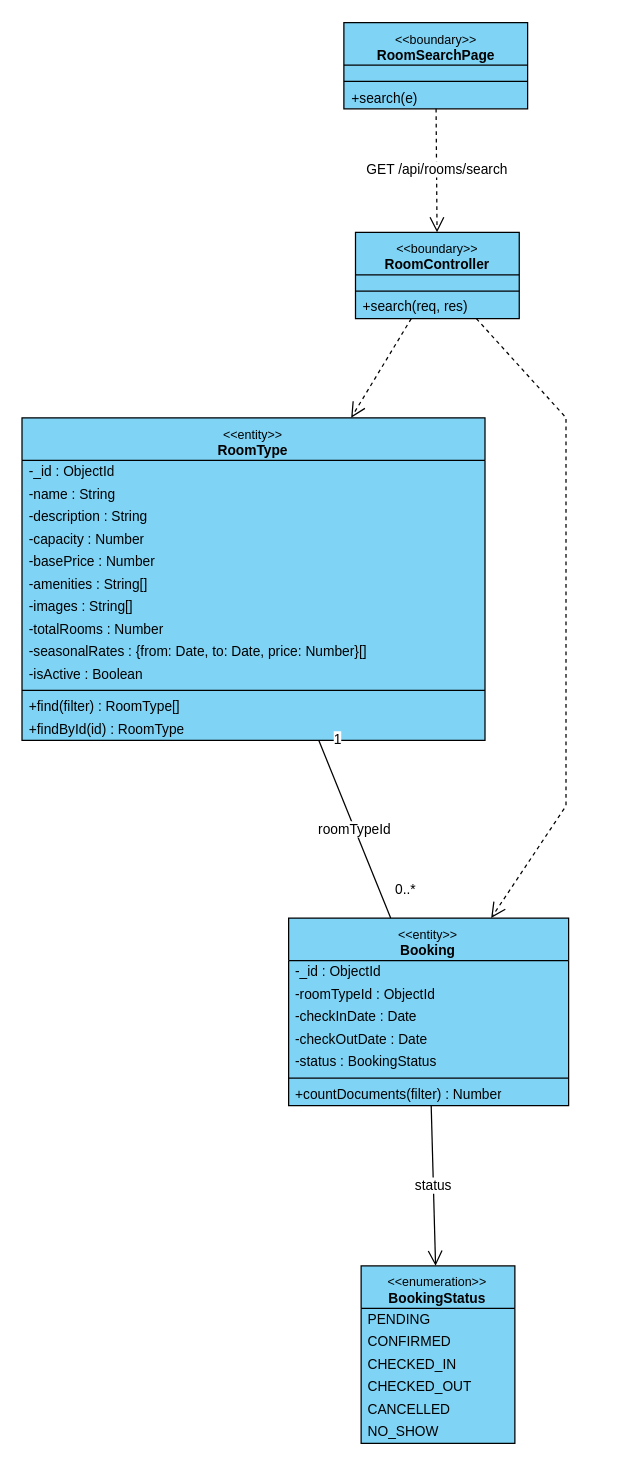
Earlier version of the draw.io diagram final/diagrams/M3_Booking-And-Customer_Diagrams/class_diagrams/CD-09_UC-G01_SearchAvailableRooms.drawio (toikobi401/SWD392). Source tidied: cells renumbered, new cells numbered last; positions are measured from the earlier drawing's top-left corner, leaving out a move shared by most shapes. Both pictures are drawn from the tidied source at 125%, with x=0, y=0 at pixel (21, 21).
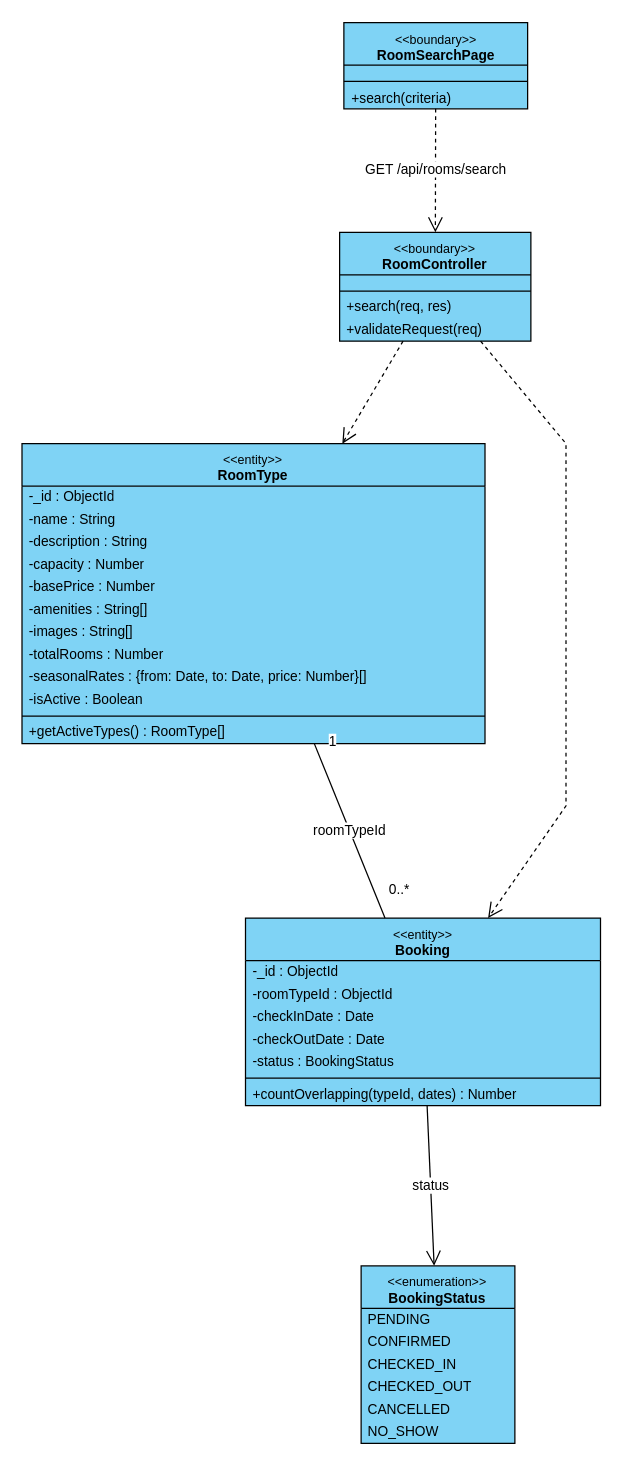
After the change.

Unchanged cells that the change refers to:
```xml
<mxCell id="2" value="&lt;font style=&quot;font-size:10px&quot;&gt;&amp;lt;&amp;lt;boundary&amp;gt;&amp;gt;&lt;/font&gt;&lt;br&gt;&lt;b&gt;RoomSearchPage&lt;/b&gt;" style="swimlane;fontStyle=0;align=center;verticalAlign=top;horizontal=1;startSize=34;html=1;whiteSpace=wrap;fontSize=11;fillColor=#7fd3f5;swimlaneFillColor=#7fd3f5;strokeColor=#000000;" parent="1" vertex="1">
  <mxGeometry x="257.6" y="0.5" width="147" height="69" as="geometry" />
</mxCell>
```

The edit, as a diff of the source:
```diff
@@
-    <mxCell id="5" value="+search(e)" style="text;strokeColor=none;fillColor=none;align=left;verticalAlign=middle;spacingLeft=4;spacingRight=4;overflow=hidden;whiteSpace=nowrap;html=1;fontSize=11;" parent="2" vertex="1">
+    <mxCell id="5" value="+search(criteria)" style="text;strokeColor=none;fillColor=none;align=left;verticalAlign=middle;spacingLeft=4;spacingRight=4;overflow=hidden;whiteSpace=nowrap;html=1;fontSize=11;" parent="2" vertex="1">
       <mxGeometry y="51" width="147" height="18" as="geometry" />
     </mxCell>
     <mxCell id="6" value="&lt;font style=&quot;font-size:10px&quot;&gt;&amp;lt;&amp;lt;boundary&amp;gt;&amp;gt;&lt;/font&gt;&lt;br&gt;&lt;b&gt;RoomController&lt;/b&gt;" style="swimlane;fontStyle=0;align=center;verticalAlign=top;horizontal=1;startSize=34;html=1;whiteSpace=wrap;fontSize=11;fillColor=#7fd3f5;swimlaneFillColor=#7fd3f5;strokeColor=#000000;" parent="1" vertex="1">
-      <mxGeometry x="266.9" y="168.4" width="131" height="69" as="geometry" />
+      <mxGeometry x="254.2" y="168.4" width="153" height="87" as="geometry" />
     </mxCell>
     <mxCell id="7" style="text;strokeColor=none;fillColor=none;html=1;" parent="6" vertex="1">
-      <mxGeometry y="34" width="131" height="9" as="geometry" />
+      <mxGeometry y="34" width="153" height="9" as="geometry" />
     </mxCell>
     <mxCell id="8" style="line;strokeWidth=1;fillColor=none;align=left;verticalAlign=middle;spacingTop=-1;spacingLeft=3;spacingRight=3;labelPosition=right;strokeColor=#000000;" parent="6" vertex="1">
-      <mxGeometry y="43" width="131" height="8" as="geometry" />
+      <mxGeometry y="43" width="153" height="8" as="geometry" />
     </mxCell>
     <mxCell id="9" value="+search(req, res)" style="text;strokeColor=none;fillColor=none;align=left;verticalAlign=middle;spacingLeft=4;spacingRight=4;overflow=hidden;whiteSpace=nowrap;html=1;fontSize=11;" parent="6" vertex="1">
-      <mxGeometry y="51" width="131" height="18" as="geometry" />
+      <mxGeometry y="51" width="153" height="18" as="geometry" />
     </mxCell>
+    <mxCell id="46" value="+validateRequest(req)" style="text;strokeColor=none;fillColor=none;align=left;verticalAlign=middle;spacingLeft=4;spacingRight=4;overflow=hidden;whiteSpace=nowrap;html=1;fontSize=11;" parent="6" vertex="1">
+      <mxGeometry y="69" width="153" height="18" as="geometry" />
+    </mxCell>
     <mxCell id="10" value="&lt;font style=&quot;font-size:10px&quot;&gt;&amp;lt;&amp;lt;entity&amp;gt;&amp;gt;&lt;/font&gt;&lt;br&gt;&lt;b&gt;RoomType&lt;/b&gt;" style="swimlane;fontStyle=0;align=center;verticalAlign=top;horizontal=1;startSize=34;html=1;whiteSpace=wrap;fontSize=11;fillColor=#7fd3f5;swimlaneFillColor=#7fd3f5;strokeColor=#000000;" parent="1" vertex="1">
-      <mxGeometry x="0.1" y="316.7" width="370.4" height="258" as="geometry" />
+      <mxGeometry x="0.1" y="337.4" width="370.4" height="240" as="geometry" />
     </mxCell>
@@
-    <mxCell id="22" value="+find(filter) : RoomType[]" style="text;strokeColor=none;fillColor=none;align=left;verticalAlign=middle;spacingLeft=4;spacingRight=4;overflow=hidden;whiteSpace=nowrap;html=1;fontSize=11;" parent="10" vertex="1">
+    <mxCell id="22" value="+getActiveTypes() : RoomType[]" style="text;strokeColor=none;fillColor=none;align=left;verticalAlign=middle;spacingLeft=4;spacingRight=4;overflow=hidden;whiteSpace=nowrap;html=1;fontSize=11;" parent="10" vertex="1">
       <mxGeometry y="222" width="370.4" height="18" as="geometry" />
     </mxCell>
-    <mxCell id="23" value="+findById(id) : RoomType" style="text;strokeColor=none;fillColor=none;align=left;verticalAlign=middle;spacingLeft=4;spacingRight=4;overflow=hidden;whiteSpace=nowrap;html=1;fontSize=11;" parent="10" vertex="1">
-      <mxGeometry y="240" width="370.4" height="18" as="geometry" />
-    </mxCell>
     <mxCell id="24" value="&lt;font style=&quot;font-size:10px&quot;&gt;&amp;lt;&amp;lt;entity&amp;gt;&amp;gt;&lt;/font&gt;&lt;br&gt;&lt;b&gt;Booking&lt;/b&gt;" style="swimlane;fontStyle=0;align=center;verticalAlign=top;horizontal=1;startSize=34;html=1;whiteSpace=wrap;fontSize=11;fillColor=#7fd3f5;swimlaneFillColor=#7fd3f5;strokeColor=#000000;" parent="1" vertex="1">
-      <mxGeometry x="213.4" y="716.9" width="224" height="150" as="geometry" />
+      <mxGeometry x="178.9" y="716.9" width="284" height="150" as="geometry" />
     </mxCell>
     <mxCell id="25" value="-_id : ObjectId" style="text;strokeColor=none;fillColor=none;align=left;verticalAlign=middle;spacingLeft=4;spacingRight=4;overflow=hidden;whiteSpace=nowrap;html=1;fontSize=11;" parent="24" vertex="1">
-      <mxGeometry y="34" width="224" height="18" as="geometry" />
+      <mxGeometry y="34" width="284" height="18" as="geometry" />
     </mxCell>
     <mxCell id="26" value="-roomTypeId : ObjectId" style="text;strokeColor=none;fillColor=none;align=left;verticalAlign=middle;spacingLeft=4;spacingRight=4;overflow=hidden;whiteSpace=nowrap;html=1;fontSize=11;" parent="24" vertex="1">
-      <mxGeometry y="52" width="224" height="18" as="geometry" />
+      <mxGeometry y="52" width="284" height="18" as="geometry" />
     </mxCell>
     <mxCell id="27" value="-checkInDate : Date" style="text;strokeColor=none;fillColor=none;align=left;verticalAlign=middle;spacingLeft=4;spacingRight=4;overflow=hidden;whiteSpace=nowrap;html=1;fontSize=11;" parent="24" vertex="1">
-      <mxGeometry y="70" width="224" height="18" as="geometry" />
+      <mxGeometry y="70" width="284" height="18" as="geometry" />
     </mxCell>
     <mxCell id="28" value="-checkOutDate : Date" style="text;strokeColor=none;fillColor=none;align=left;verticalAlign=middle;spacingLeft=4;spacingRight=4;overflow=hidden;whiteSpace=nowrap;html=1;fontSize=11;" parent="24" vertex="1">
-      <mxGeometry y="88" width="224" height="18" as="geometry" />
+      <mxGeometry y="88" width="284" height="18" as="geometry" />
     </mxCell>
     <mxCell id="29" value="-status : BookingStatus" style="text;strokeColor=none;fillColor=none;align=left;verticalAlign=middle;spacingLeft=4;spacingRight=4;overflow=hidden;whiteSpace=nowrap;html=1;fontSize=11;" parent="24" vertex="1">
-      <mxGeometry y="106" width="224" height="18" as="geometry" />
+      <mxGeometry y="106" width="284" height="18" as="geometry" />
     </mxCell>
     <mxCell id="30" style="line;strokeWidth=1;fillColor=none;align=left;verticalAlign=middle;spacingTop=-1;spacingLeft=3;spacingRight=3;labelPosition=right;strokeColor=#000000;" parent="24" vertex="1">
-      <mxGeometry y="124" width="224" height="8" as="geometry" />
+      <mxGeometry y="124" width="284" height="8" as="geometry" />
     </mxCell>
-    <mxCell id="31" value="+countDocuments(filter) : Number" style="text;strokeColor=none;fillColor=none;align=left;verticalAlign=middle;spacingLeft=4;spacingRight=4;overflow=hidden;whiteSpace=nowrap;html=1;fontSize=11;" parent="24" vertex="1">
-      <mxGeometry y="132" width="224" height="18" as="geometry" />
+    <mxCell id="31" value="+countOverlapping(typeId, dates) : Number" style="text;strokeColor=none;fillColor=none;align=left;verticalAlign=middle;spacingLeft=4;spacingRight=4;overflow=hidden;whiteSpace=nowrap;html=1;fontSize=11;" parent="24" vertex="1">
+      <mxGeometry y="132" width="284" height="18" as="geometry" />
     </mxCell>
@@
     <mxCell id="44" style="html=1;rounded=0;fontSize=11;labelBackgroundColor=#ffffff;dashed=1;endArrow=open;endSize=10;" parent="1" edge="1" source="6" target="24">
       <mxGeometry relative="1" as="geometry">
         <Array as="points">
-          <mxPoint x="435.3" y="316.7" />
+          <mxPoint x="435.3" y="337.4" />
           <mxPoint x="435.3" y="627.2" />
         </Array>
       </mxGeometry>
     </mxCell>
```
